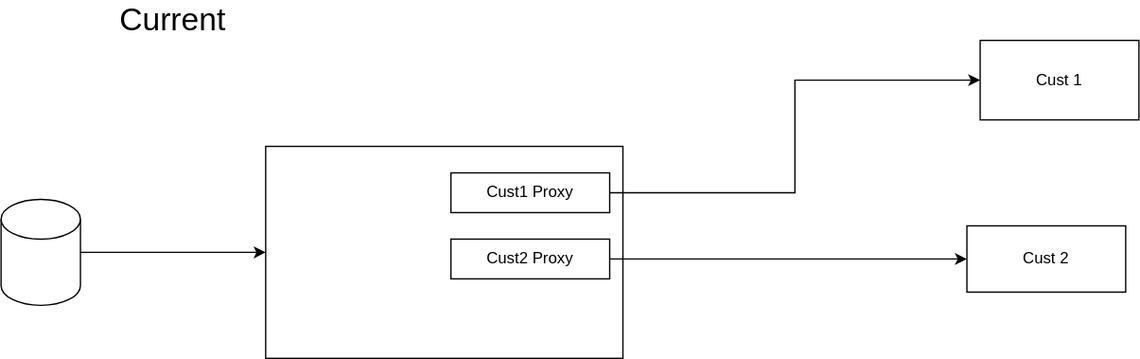
This is datapumpmodernization.svg from vjavle/invoicecloud, a draw.io export, as it was before one commit. Source tidied: cells renumbered, new cells last; positions are measured from the earlier drawing's top-left corner, leaving out a move shared by most shapes. Its diagram source:
```xml
<mxGraphModel>
  <root>
    <mxCell id="0" />
    <mxCell id="1" parent="0" />
    <mxCell id="2" style="rounded=0;whiteSpace=wrap;html=1;" parent="1" vertex="1">
      <mxGeometry x="200" y="110" width="270" height="160" as="geometry" />
    </mxCell>
    <mxCell id="3" style="edgeStyle=orthogonalEdgeStyle;rounded=0;jettySize=auto;html=1;entryX=0;entryY=0.5;entryDx=0;entryDy=0;" parent="1" edge="1" source="4" target="2">
      <mxGeometry relative="1" as="geometry" />
    </mxCell>
    <mxCell id="4" style="shape=cylinder3;whiteSpace=wrap;html=1;boundedLbl=1;backgroundOutline=1;size=15;" parent="1" vertex="1">
      <mxGeometry y="150" width="60" height="80" as="geometry" />
    </mxCell>
    <mxCell id="5" style="edgeStyle=orthogonalEdgeStyle;rounded=0;jettySize=auto;html=1;entryX=0;entryY=0.5;entryDx=0;entryDy=0;" parent="1" edge="1" source="6" target="9">
      <mxGeometry relative="1" as="geometry" />
    </mxCell>
    <mxCell id="6" value="Cust1 Proxy" style="rounded=0;whiteSpace=wrap;html=1;" parent="1" vertex="1">
      <mxGeometry x="340" y="130" width="120" height="30" as="geometry" />
    </mxCell>
    <mxCell id="7" style="edgeStyle=orthogonalEdgeStyle;rounded=0;jettySize=auto;html=1;" parent="1" edge="1" source="8" target="10">
      <mxGeometry relative="1" as="geometry" />
    </mxCell>
    <mxCell id="8" value="Cust2 Proxy" style="rounded=0;whiteSpace=wrap;html=1;" parent="1" vertex="1">
      <mxGeometry x="340" y="180" width="120" height="30" as="geometry" />
    </mxCell>
    <mxCell id="9" value="Cust 1" style="rounded=0;whiteSpace=wrap;html=1;" parent="1" vertex="1">
      <mxGeometry x="740" y="30" width="120" height="60" as="geometry" />
    </mxCell>
    <mxCell id="10" value="Cust 2" style="rounded=0;whiteSpace=wrap;html=1;" parent="1" vertex="1">
      <mxGeometry x="730" y="170" width="120" height="50" as="geometry" />
    </mxCell>
    <mxCell id="11" value="Current" style="text;html=1;strokeColor=none;fillColor=none;align=center;verticalAlign=middle;whiteSpace=wrap;rounded=0;fontSize=24;" parent="1" vertex="1">
      <mxGeometry x="100" width="60" height="30" as="geometry" />
    </mxCell>
  </root>
</mxGraphModel>
```
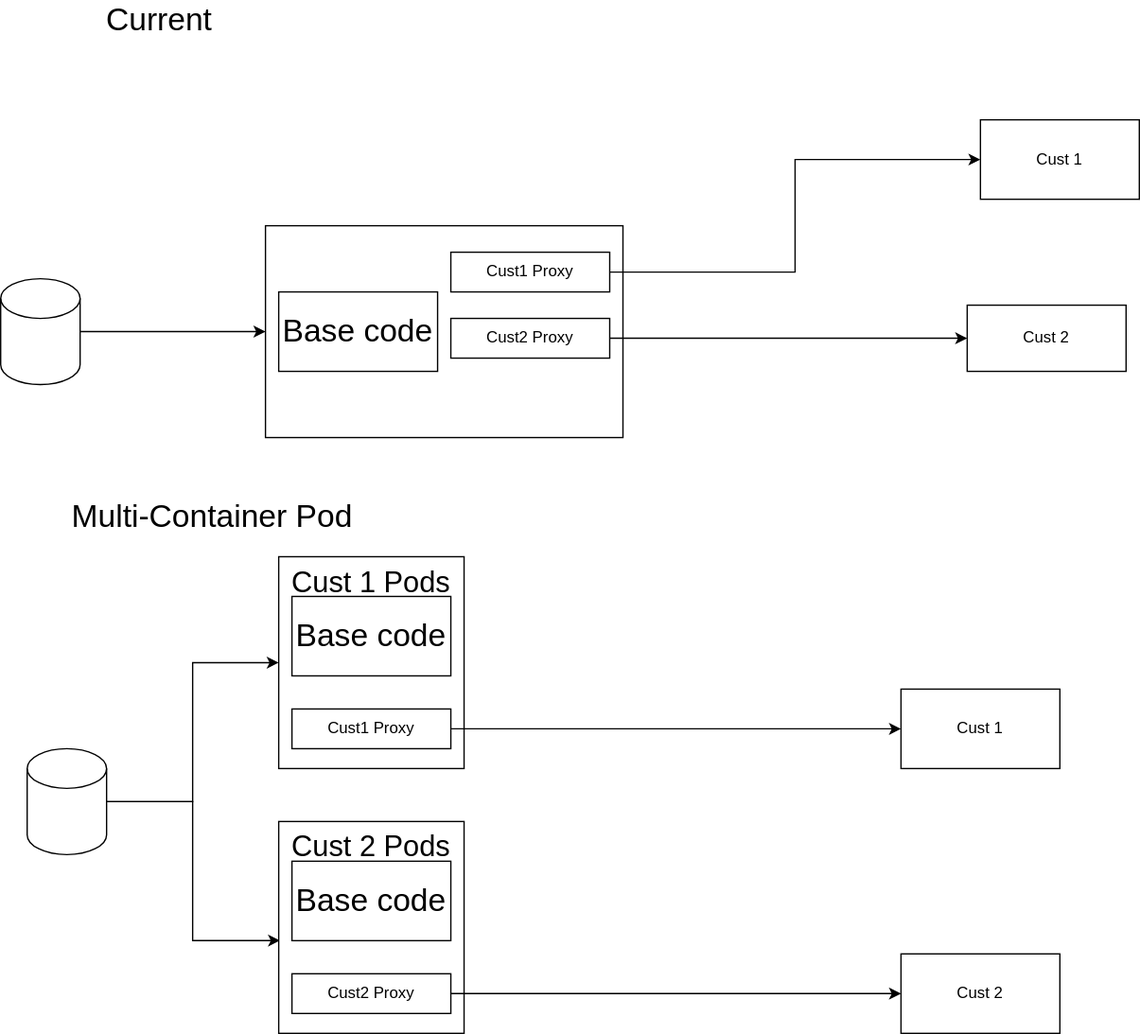
Above is the later version.

The edit, as a diff of the source:
```diff
@@ -30,7 +30,52 @@
       <mxGeometry x="730" y="170" width="120" height="50" as="geometry" />
     </mxCell>
     <mxCell id="11" value="Current" style="text;html=1;strokeColor=none;fillColor=none;align=center;verticalAlign=middle;whiteSpace=wrap;rounded=0;fontSize=24;" parent="1" vertex="1">
-      <mxGeometry x="100" width="60" height="30" as="geometry" />
+      <mxGeometry x="90" y="-60" width="60" height="30" as="geometry" />
     </mxCell>
+    <mxCell id="12" value="Cust 1 Pods" style="rounded=0;whiteSpace=wrap;html=1;verticalAlign=top;fontSize=22;" parent="1" vertex="1">
+      <mxGeometry x="210" y="360" width="140" height="160" as="geometry" />
+    </mxCell>
+    <mxCell id="13" style="edgeStyle=orthogonalEdgeStyle;rounded=0;jettySize=auto;html=1;entryX=0;entryY=0.5;entryDx=0;entryDy=0;" parent="1" edge="1" source="15" target="12">
+      <mxGeometry relative="1" as="geometry" />
+    </mxCell>
+    <mxCell id="14" style="edgeStyle=orthogonalEdgeStyle;rounded=0;jettySize=auto;html=1;entryX=0.007;entryY=0.562;entryDx=0;entryDy=0;entryPerimeter=0;fontSize=22;" parent="1" edge="1" source="15" target="21">
+      <mxGeometry relative="1" as="geometry" />
+    </mxCell>
+    <mxCell id="15" style="shape=cylinder3;whiteSpace=wrap;html=1;boundedLbl=1;backgroundOutline=1;size=15;" parent="1" vertex="1">
+      <mxGeometry x="20" y="505" width="60" height="80" as="geometry" />
+    </mxCell>
+    <mxCell id="16" style="edgeStyle=orthogonalEdgeStyle;rounded=0;jettySize=auto;html=1;entryX=0;entryY=0.5;entryDx=0;entryDy=0;" parent="1" edge="1" source="17" target="18">
+      <mxGeometry relative="1" as="geometry" />
+    </mxCell>
+    <mxCell id="17" value="Cust1 Proxy" style="rounded=0;whiteSpace=wrap;html=1;" parent="1" vertex="1">
+      <mxGeometry x="220" y="475" width="120" height="30" as="geometry" />
+    </mxCell>
+    <mxCell id="18" value="Cust 1" style="rounded=0;whiteSpace=wrap;html=1;" parent="1" vertex="1">
+      <mxGeometry x="680" y="460" width="120" height="60" as="geometry" />
+    </mxCell>
+    <mxCell id="19" value="Base code" style="rounded=0;whiteSpace=wrap;html=1;fontSize=24;" parent="1" vertex="1">
+      <mxGeometry x="210" y="160" width="120" height="60" as="geometry" />
+    </mxCell>
+    <mxCell id="20" value="Base code" style="rounded=0;whiteSpace=wrap;html=1;fontSize=24;" parent="1" vertex="1">
+      <mxGeometry x="220" y="390" width="120" height="60" as="geometry" />
+    </mxCell>
+    <mxCell id="21" value="Cust 2 Pods" style="rounded=0;whiteSpace=wrap;html=1;verticalAlign=top;fontSize=22;" parent="1" vertex="1">
+      <mxGeometry x="210" y="560" width="140" height="160" as="geometry" />
+    </mxCell>
+    <mxCell id="22" style="edgeStyle=orthogonalEdgeStyle;rounded=0;jettySize=auto;html=1;entryX=0;entryY=0.5;entryDx=0;entryDy=0;" parent="1" edge="1" source="23" target="24">
+      <mxGeometry relative="1" as="geometry" />
+    </mxCell>
+    <mxCell id="23" value="Cust2 Proxy" style="rounded=0;whiteSpace=wrap;html=1;" parent="1" vertex="1">
+      <mxGeometry x="220" y="675" width="120" height="30" as="geometry" />
+    </mxCell>
+    <mxCell id="24" value="Cust 2" style="rounded=0;whiteSpace=wrap;html=1;" parent="1" vertex="1">
+      <mxGeometry x="680" y="660" width="120" height="60" as="geometry" />
+    </mxCell>
+    <mxCell id="25" value="Base code" style="rounded=0;whiteSpace=wrap;html=1;fontSize=24;" parent="1" vertex="1">
+      <mxGeometry x="220" y="590" width="120" height="60" as="geometry" />
+    </mxCell>
+    <mxCell id="26" value="Multi-Container Pod" style="text;html=1;strokeColor=none;fillColor=none;align=center;verticalAlign=middle;whiteSpace=wrap;rounded=0;fontSize=24;" parent="1" vertex="1">
+      <mxGeometry x="50" y="315" width="220" height="30" as="geometry" />
+    </mxCell>
   </root>
 </mxGraphModel>
```
